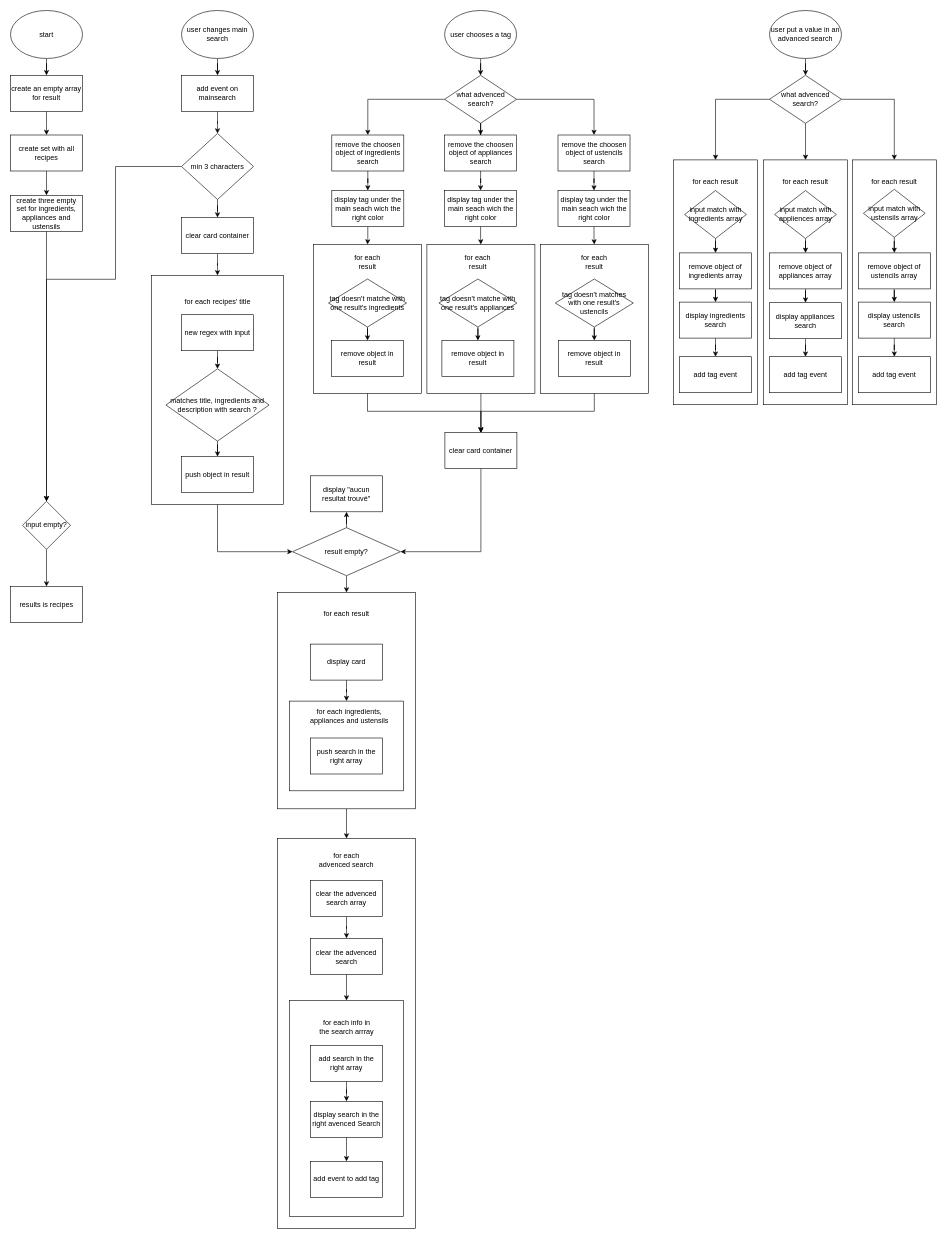
madelineGrammatico/Les_Petits_Plats keeps this draw.io diagram as algorigramme programmation fonctionnelle.drawio. Above is the earlier version. Source tidied: cells renumbered, new cells numbered last; positions are measured from the earlier drawing's top-left corner, leaving out a move shared by most shapes. Both pictures are drawn from the tidied source at 60%, with x=0, y=0 at pixel (10, 10).
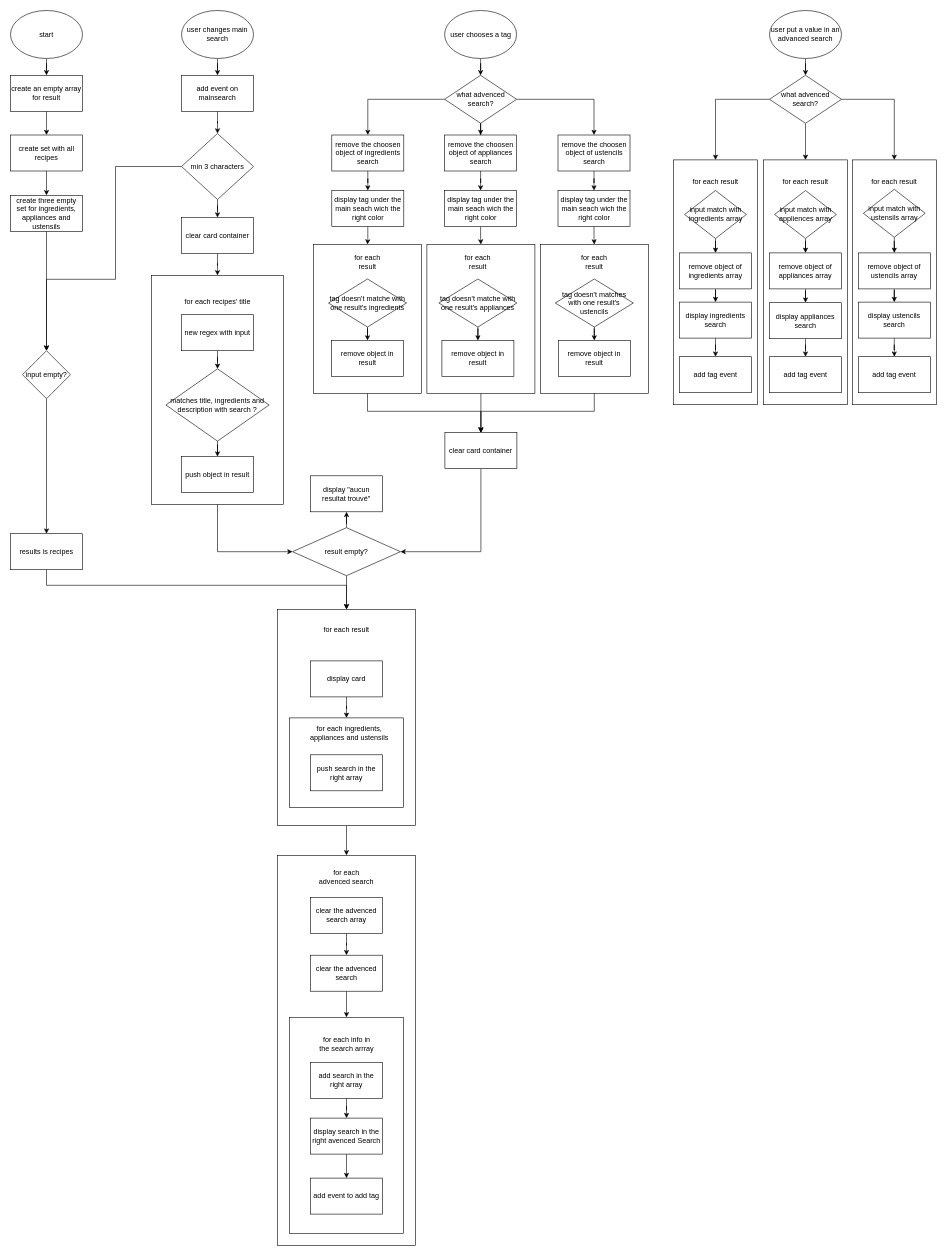
Above is the later version.

Commit message:
Mettre à jour algorigramme programmation fonctionnelle.drawio

Change to the diagram source:
```diff
@@
     <mxCell id="2" style="rounded=0;whiteSpace=wrap;html=1;" parent="1" vertex="1">
-      <mxGeometry x="445" y="1380" width="230" height="650" as="geometry" />
+      <mxGeometry x="445" y="1408" width="230" height="650" as="geometry" />
     </mxCell>
     <mxCell id="3" style="rounded=0;whiteSpace=wrap;html=1;" parent="1" vertex="1">
-      <mxGeometry x="465" y="1650" width="190" height="360" as="geometry" />
+      <mxGeometry x="465" y="1678" width="190" height="360" as="geometry" />
     </mxCell>
@@
     <mxCell id="103" style="rounded=0;whiteSpace=wrap;html=1;" parent="1" vertex="1">
-      <mxGeometry x="445" y="970" width="230" height="360.5" as="geometry" />
+      <mxGeometry x="445" y="998" width="230" height="360.5" as="geometry" />
     </mxCell>
     <mxCell id="104" value="for each result" style="text;html=1;strokeColor=none;fillColor=none;align=center;verticalAlign=middle;whiteSpace=wrap;rounded=0;" parent="1" vertex="1">
-      <mxGeometry x="520" y="990" width="80" height="30" as="geometry" />
+      <mxGeometry x="520" y="1018" width="80" height="30" as="geometry" />
     </mxCell>
@@
     <mxCell id="106" value="display card" style="rounded=0;whiteSpace=wrap;html=1;" parent="1" vertex="1">
-      <mxGeometry x="500" y="1056" width="120" height="60" as="geometry" />
+      <mxGeometry x="500" y="1084" width="120" height="60" as="geometry" />
     </mxCell>
     <mxCell id="107" style="rounded=0;whiteSpace=wrap;html=1;" parent="1" vertex="1">
-      <mxGeometry x="465" y="1151" width="190" height="149.5" as="geometry" />
+      <mxGeometry x="465" y="1179" width="190" height="149.5" as="geometry" />
     </mxCell>
     <mxCell id="108" value="for each ingredients, appliances and ustensils" style="text;html=1;strokeColor=none;fillColor=none;align=center;verticalAlign=middle;whiteSpace=wrap;rounded=0;" parent="1" vertex="1">
-      <mxGeometry x="490" y="1161" width="150" height="30" as="geometry" />
+      <mxGeometry x="490" y="1189" width="150" height="30" as="geometry" />
     </mxCell>
     <mxCell id="109" value="add event to add tag" style="rounded=0;whiteSpace=wrap;html=1;" parent="1" vertex="1">
-      <mxGeometry x="500" y="1918" width="120" height="60" as="geometry" />
+      <mxGeometry x="500" y="1946" width="120" height="60" as="geometry" />
     </mxCell>
     <mxCell id="110" value="for each info in the search arrray" style="text;html=1;strokeColor=none;fillColor=none;align=center;verticalAlign=middle;whiteSpace=wrap;rounded=0;" parent="1" vertex="1">
-      <mxGeometry x="512.5" y="1678.5" width="95" height="30" as="geometry" />
+      <mxGeometry x="512.5" y="1706.5" width="95" height="30" as="geometry" />
     </mxCell>
@@
     <mxCell id="112" value="display search in the right avenced Search" style="rounded=0;whiteSpace=wrap;html=1;" parent="1" vertex="1">
-      <mxGeometry x="500" y="1818" width="120" height="60" as="geometry" />
+      <mxGeometry x="500" y="1846" width="120" height="60" as="geometry" />
     </mxCell>
     <mxCell id="113" value="push search in the right array" style="rounded=0;whiteSpace=wrap;html=1;" parent="1" vertex="1">
-      <mxGeometry x="500" y="1212.5" width="120" height="60" as="geometry" />
+      <mxGeometry x="500" y="1240.5" width="120" height="60" as="geometry" />
     </mxCell>
@@
     <mxCell id="115" value="add search in the right array" style="rounded=0;whiteSpace=wrap;html=1;" parent="1" vertex="1">
-      <mxGeometry x="500" y="1725" width="120" height="60" as="geometry" />
+      <mxGeometry x="500" y="1753" width="120" height="60" as="geometry" />
     </mxCell>
@@
     <mxCell id="118" value="for each advenced search" style="text;html=1;strokeColor=none;fillColor=none;align=center;verticalAlign=middle;whiteSpace=wrap;rounded=0;" parent="1" vertex="1">
-      <mxGeometry x="510" y="1401" width="100" height="30" as="geometry" />
+      <mxGeometry x="510" y="1429" width="100" height="30" as="geometry" />
     </mxCell>
@@
     <mxCell id="120" value="clear the advenced search" style="rounded=0;whiteSpace=wrap;html=1;" parent="1" vertex="1">
-      <mxGeometry x="500" y="1546.5" width="120" height="60" as="geometry" />
+      <mxGeometry x="500" y="1574.5" width="120" height="60" as="geometry" />
     </mxCell>
@@
     <mxCell id="122" value="clear the advenced search array" style="rounded=0;whiteSpace=wrap;html=1;" parent="1" vertex="1">
-      <mxGeometry x="500" y="1450" width="120" height="60" as="geometry" />
+      <mxGeometry x="500" y="1478" width="120" height="60" as="geometry" />
     </mxCell>
@@
     <mxCell id="124" value="input empty?" style="rhombus;whiteSpace=wrap;html=1;" parent="1" vertex="1">
-      <mxGeometry x="20" y="818" width="80" height="80" as="geometry" />
+      <mxGeometry x="20" y="567" width="80" height="80" as="geometry" />
     </mxCell>
+    <mxCell id="126" style="edgeStyle=orthogonalEdgeStyle;rounded=0;jettySize=auto;html=1;entryX=0.5;entryY=0;entryDx=0;entryDy=0;" parent="1" edge="1" source="125" target="103">
+      <mxGeometry relative="1" as="geometry">
+        <Array as="points">
+          <mxPoint x="60" y="958" />
+          <mxPoint x="560" y="958" />
+        </Array>
+      </mxGeometry>
+    </mxCell>
     <mxCell id="125" value="results is recipes" style="rounded=0;whiteSpace=wrap;html=1;" parent="1" vertex="1">
-      <mxGeometry y="960" width="120" height="60" as="geometry" />
+      <mxGeometry y="872" width="120" height="60" as="geometry" />
     </mxCell>
```
